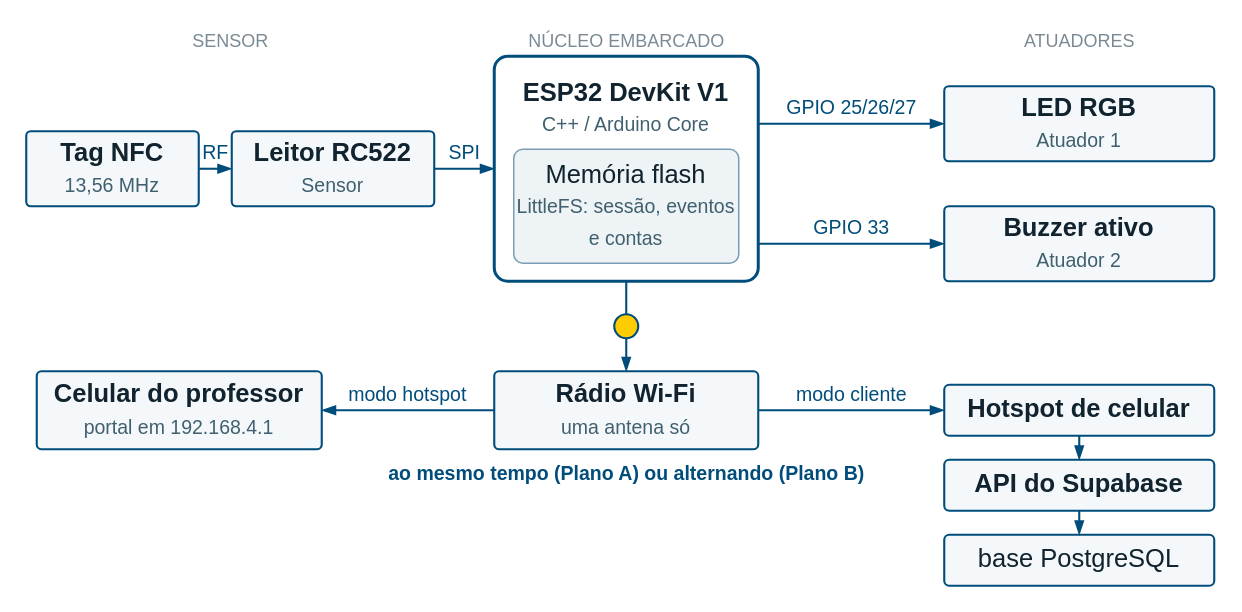
The draw.io diagram docs/diagrama-blocos.drawio in caioplaninschek/presente, before the edit. Source tidied: cells renumbered, new cells numbered last; positions are measured from the earlier drawing's top-left corner, leaving out a move shared by most shapes. Both pictures are drawn from the tidied source at 150%, with x=0, y=0 at pixel (26, 26).
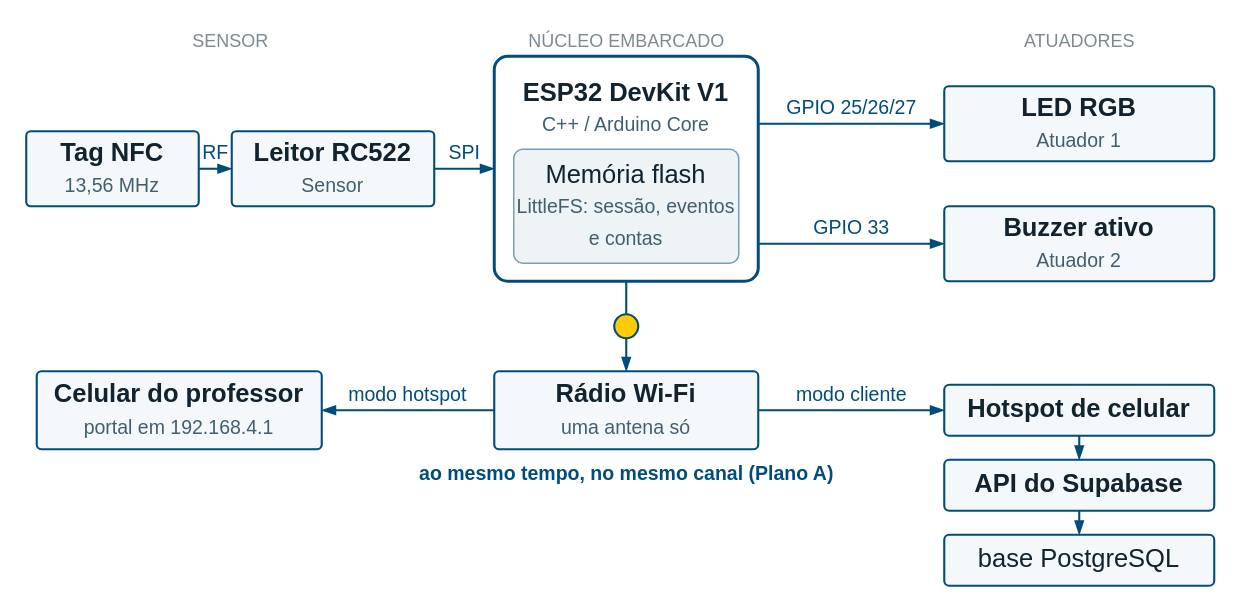
The same diagram, later.

Diff of the diagram source:
```diff
@@
-    <mxCell id="13" value="&lt;b&gt;ao mesmo tempo (Plano A) ou alternando (Plano B)&lt;/b&gt;" style="text;html=1;align=center;verticalAlign=middle;fontFamily=Calibri;fontSize=13;fontColor=#004D7B;" parent="1" vertex="1">
+    <mxCell id="13" value="&lt;b&gt;ao mesmo tempo, no mesmo canal (Plano A)&lt;/b&gt;" style="text;html=1;align=center;verticalAlign=middle;fontFamily=Calibri;fontSize=13;fontColor=#004D7B;" parent="1" vertex="1">
       <mxGeometry x="235" y="288" width="330" height="20" as="geometry" />
     </mxCell>
```
